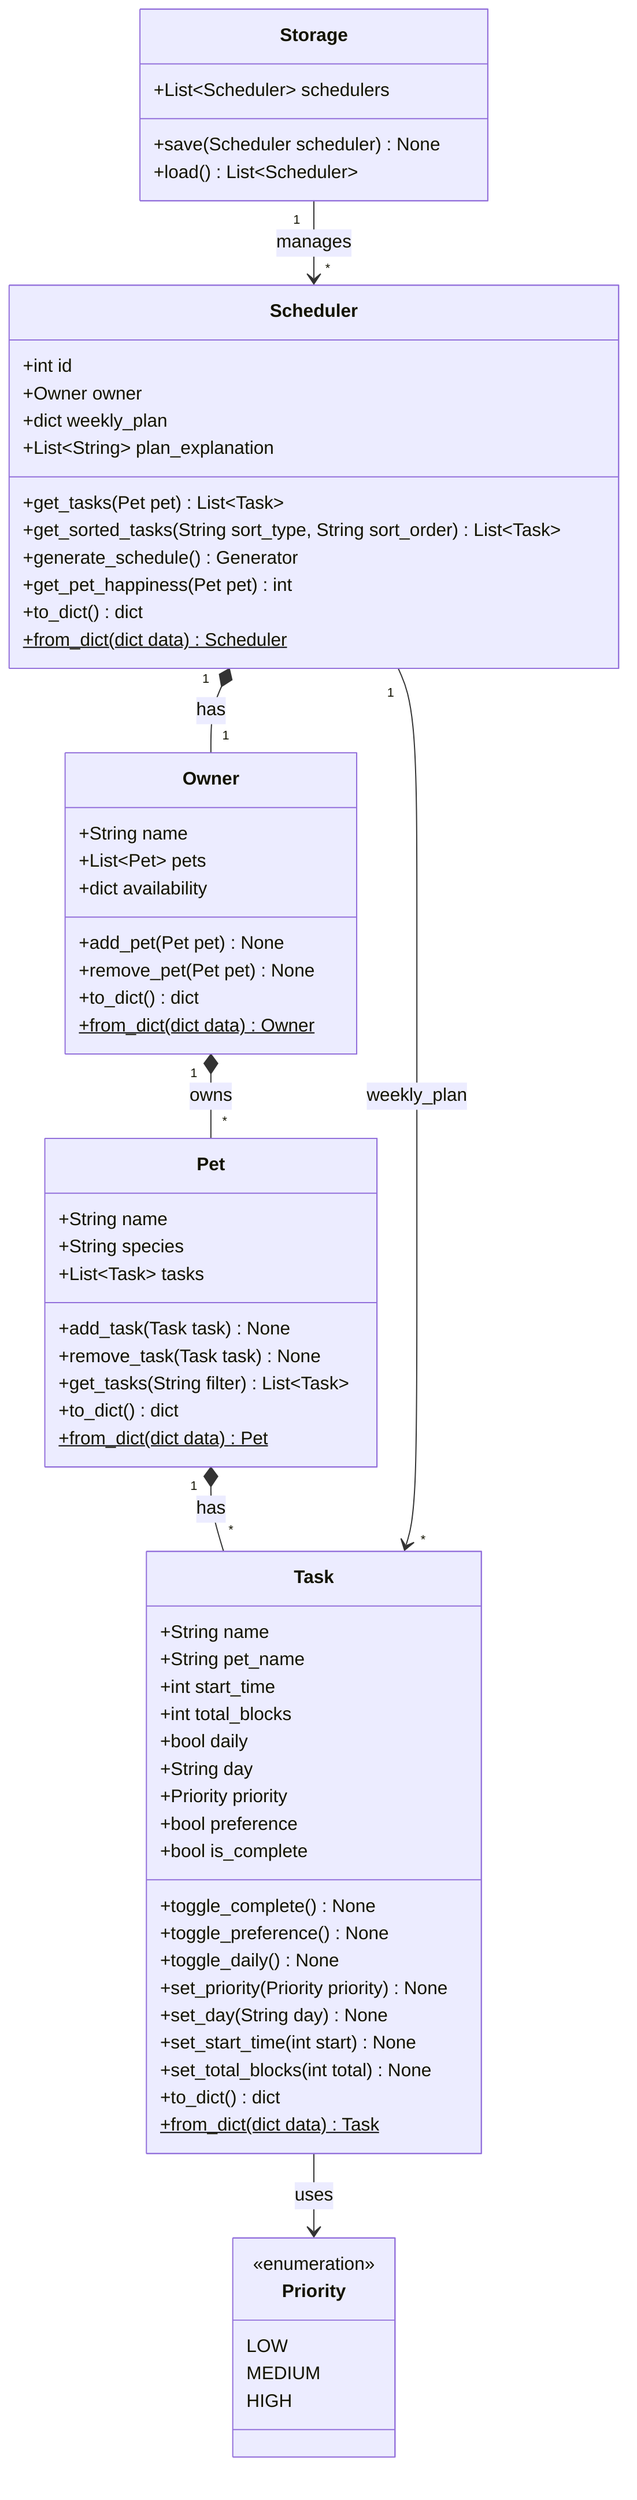
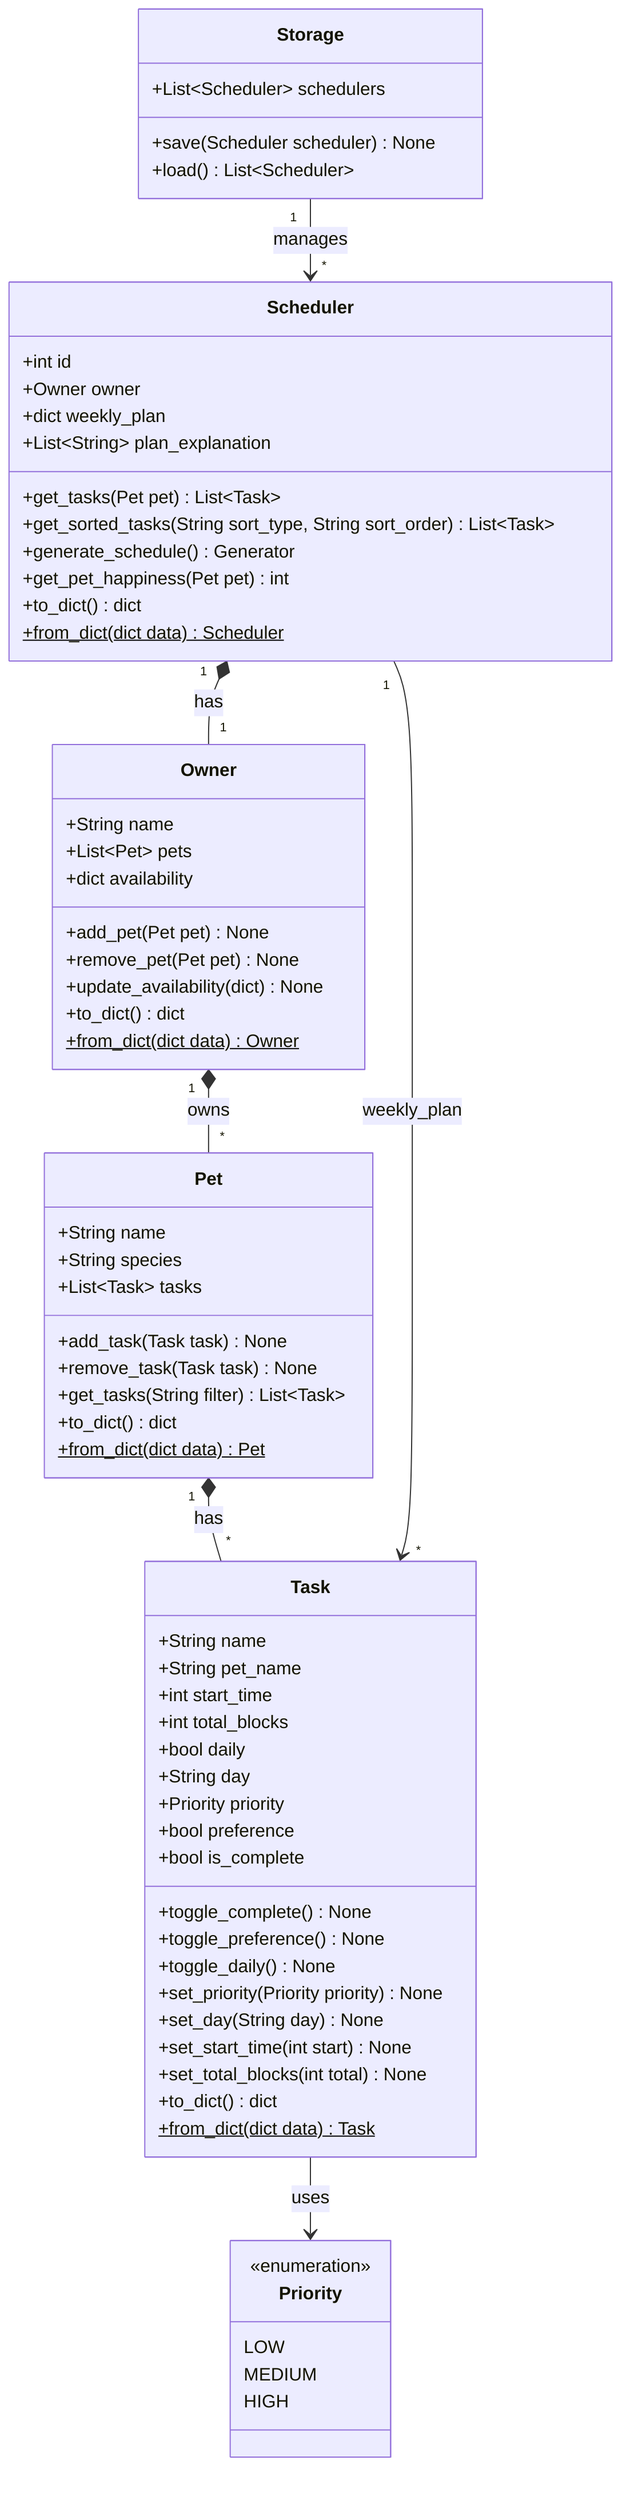
classDiagram
    direction TB

    class Priority {
        <<enumeration>>
        LOW
        MEDIUM
        HIGH
    }

    class Task {
        +String name
        +String pet_name
        +int start_time
        +int total_blocks
        +bool daily
        +String day
        +Priority priority
        +bool preference
        +bool is_complete
        +toggle_complete() None
        +toggle_preference() None
        +toggle_daily() None
        +set_priority(Priority priority) None
        +set_day(String day) None
        +set_start_time(int start) None
        +set_total_blocks(int total) None
        +to_dict() dict
        +from_dict(dict data) Task$
    }

    class Pet {
        +String name
        +String species
        +List~Task~ tasks
        +add_task(Task task) None
        +remove_task(Task task) None
        +get_tasks(String filter) List~Task~
        +to_dict() dict
        +from_dict(dict data) Pet$
    }

    class Owner {
        +String name
        +List~Pet~ pets
        +dict availability
        +add_pet(Pet pet) None
        +remove_pet(Pet pet) None
+         +update_availability(dict) None
        +to_dict() dict
        +from_dict(dict data) Owner$
    }

    class Scheduler {
        +int id
        +Owner owner
        +dict weekly_plan
        +List~String~ plan_explanation
        +get_tasks(Pet pet) List~Task~
        +get_sorted_tasks(String sort_type, String sort_order) List~Task~
        +generate_schedule() Generator
        +get_pet_happiness(Pet pet) int
        +to_dict() dict
        +from_dict(dict data) Scheduler$
    }

    class Storage {
        +List~Scheduler~ schedulers
        +save(Scheduler scheduler) None
        +load() List~Scheduler~
    }

    Scheduler "1" *-- "1" Owner : has
    Owner "1" *-- "*" Pet : owns
    Pet "1" *-- "*" Task : has
    Scheduler "1" --> "*" Task : weekly_plan
    Storage "1" --> "*" Scheduler : manages
    Task --> Priority : uses
